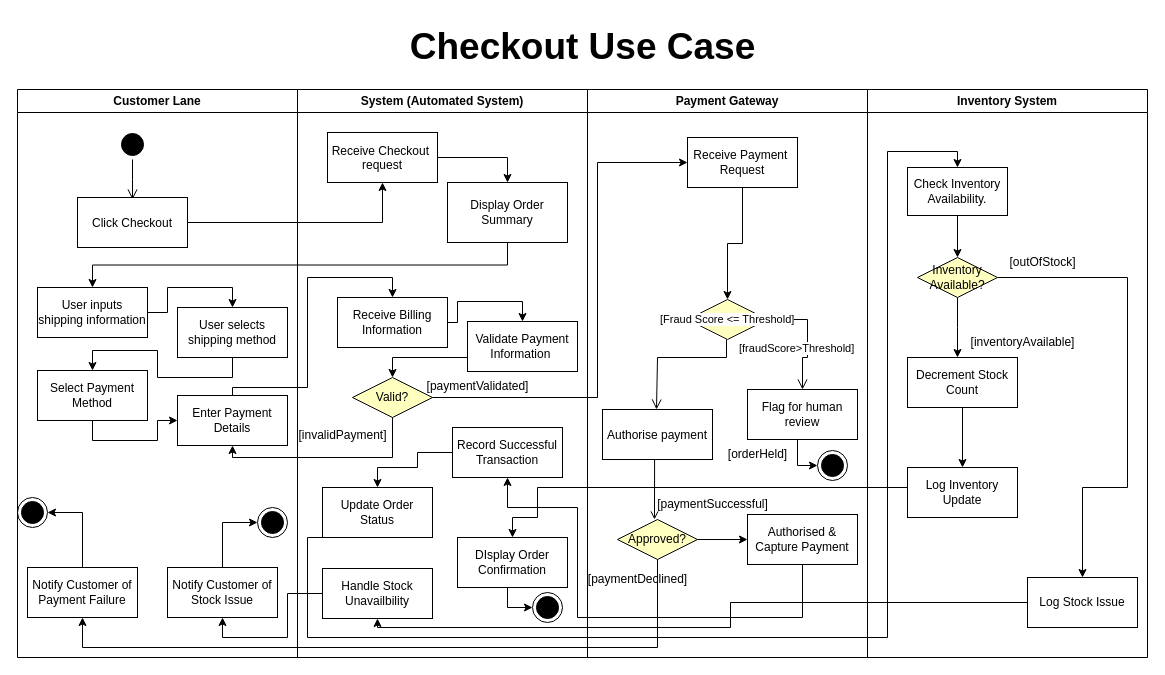
Before: ebay-1.drawio in AhmedElamari/Software-design-saved, a draw.io diagram. Source tidied: cells renumbered, new cells numbered last; positions are measured from the earlier drawing's top-left corner, leaving out a move shared by most shapes. Both pictures are drawn from the tidied source at 100%, with x=0, y=0 at pixel (17, 17).
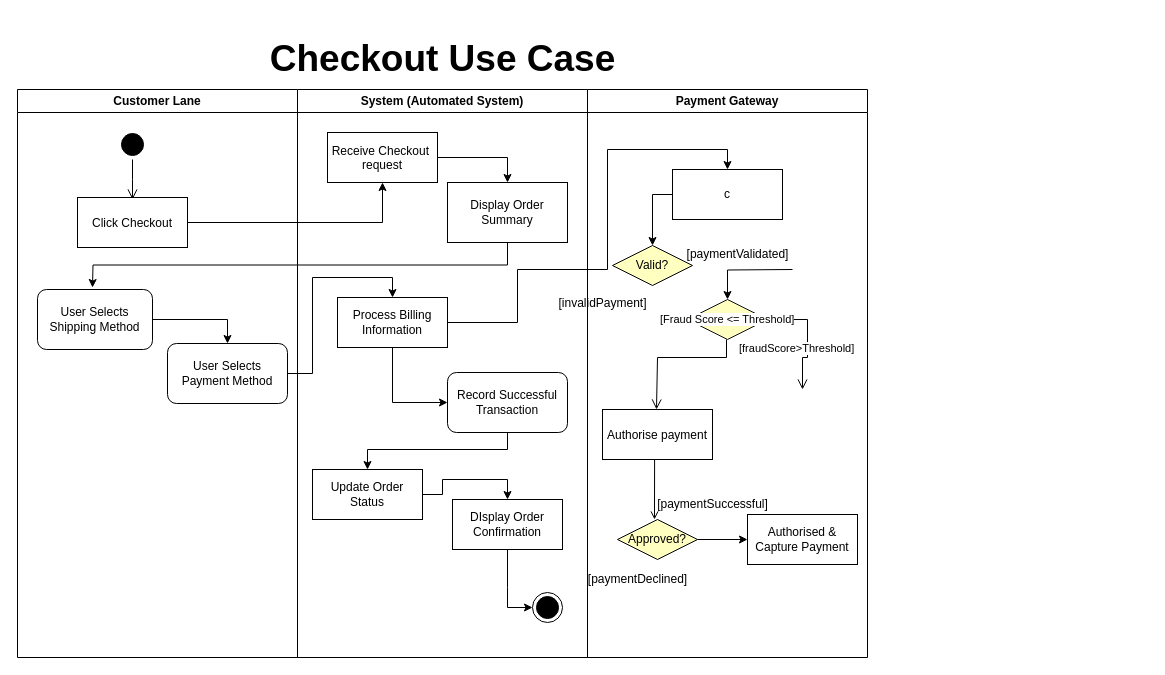
The same diagram, later.

The change refers to these unchanged cells:
```xml
<mxCell id="2" value="Customer Lane" style="swimlane;whiteSpace=wrap;" parent="1" vertex="1">
  <mxGeometry y="72" width="280" height="568" as="geometry" />
</mxCell>
<mxCell id="31" value="System (Automated System)" style="swimlane;whiteSpace=wrap;html=1;" parent="1" vertex="1">
  <mxGeometry x="280" y="72" width="290" height="568" as="geometry" />
</mxCell>
<mxCell id="34" value="Display Order Summary" style="whiteSpace=wrap;html=1;" parent="31" vertex="1">
  <mxGeometry x="150" y="93" width="120" height="60" as="geometry" />
</mxCell>
<mxCell id="49" value="Payment Gateway" style="swimlane;whiteSpace=wrap;" parent="1" vertex="1">
  <mxGeometry x="570" y="72" width="280" height="568" as="geometry" />
</mxCell>
<mxCell id="54" value="Fraud alert?" style="rhombus;whiteSpace=wrap;html=1;fontColor=#000000;fillColor=#ffffc0;strokeColor=light-dark(#100f0f, #ff9090);" parent="49" vertex="1">
  <mxGeometry x="100" y="210" width="80" height="40" as="geometry" />
</mxCell>
<mxCell id="58" value="Approved?" style="rhombus;whiteSpace=wrap;html=1;fontColor=#000000;fillColor=#ffffc0;strokeColor=#000000;" parent="49" vertex="1">
  <mxGeometry x="30" y="430" width="80" height="40" as="geometry" />
</mxCell>
<mxCell id="60" value="Authorised &amp;amp; Capture Payment" style="html=1;whiteSpace=wrap;" parent="49" vertex="1">
  <mxGeometry x="160" y="425" width="110" height="50" as="geometry" />
</mxCell>
```

Change to the diagram source:
```diff
@@
-    <mxCell id="6" style="edgeStyle=orthogonalEdgeStyle;rounded=0;jettySize=auto;html=1;exitX=1;exitY=0.5;exitDx=0;exitDy=0;entryX=0.5;entryY=0;entryDx=0;entryDy=0;" parent="2" edge="1" source="7" target="9">
-      <mxGeometry relative="1" as="geometry" />
-    </mxCell>
-    <mxCell id="7" value="User inputs shipping information" style="html=1;whiteSpace=wrap;" parent="2" vertex="1">
-      <mxGeometry x="20" y="198" width="110" height="50" as="geometry" />
-    </mxCell>
-    <mxCell id="8" style="edgeStyle=orthogonalEdgeStyle;rounded=0;jettySize=auto;html=1;exitX=0.5;exitY=1;exitDx=0;exitDy=0;entryX=0.5;entryY=0;entryDx=0;entryDy=0;" parent="2" edge="1" source="9" target="11">
-      <mxGeometry relative="1" as="geometry" />
-    </mxCell>
-    <mxCell id="9" value="User selects shipping method" style="html=1;whiteSpace=wrap;" parent="2" vertex="1">
-      <mxGeometry x="160" y="218" width="110" height="50" as="geometry" />
-    </mxCell>
-    <mxCell id="10" style="edgeStyle=orthogonalEdgeStyle;rounded=0;jettySize=auto;html=1;exitX=0.5;exitY=1;exitDx=0;exitDy=0;entryX=0;entryY=0.5;entryDx=0;entryDy=0;" parent="2" edge="1" source="11" target="12">
-      <mxGeometry relative="1" as="geometry">
-        <Array as="points">
-          <mxPoint x="75" y="351" />
-          <mxPoint x="140" y="351" />
-          <mxPoint x="140" y="331" />
-        </Array>
-      </mxGeometry>
-    </mxCell>
-    <mxCell id="11" value="Select Payment Method" style="html=1;whiteSpace=wrap;" parent="2" vertex="1">
-      <mxGeometry x="20" y="281" width="110" height="50" as="geometry" />
-    </mxCell>
-    <mxCell id="12" value="Enter Payment Details" style="html=1;whiteSpace=wrap;" parent="2" vertex="1">
-      <mxGeometry x="160" y="306" width="110" height="50" as="geometry" />
-    </mxCell>
-    <mxCell id="13" style="edgeStyle=orthogonalEdgeStyle;rounded=0;jettySize=auto;html=1;exitX=0.5;exitY=0;exitDx=0;exitDy=0;entryX=1;entryY=0.5;entryDx=0;entryDy=0;" parent="2" edge="1" source="14" target="15">
-      <mxGeometry relative="1" as="geometry" />
-    </mxCell>
-    <mxCell id="14" value="Notify Customer of Payment Failure" style="html=1;whiteSpace=wrap;" parent="2" vertex="1">
-      <mxGeometry x="10" y="478" width="110" height="50" as="geometry" />
-    </mxCell>
-    <mxCell id="15" style="ellipse;html=1;shape=endState;fillColor=#000000;strokeColor=light-dark(#000000, #ff9090);" parent="2" vertex="1">
-      <mxGeometry y="408" width="30" height="30" as="geometry" />
-    </mxCell>
-    <mxCell id="16" style="edgeStyle=orthogonalEdgeStyle;rounded=0;jettySize=auto;html=1;exitX=0.5;exitY=0;exitDx=0;exitDy=0;entryX=0;entryY=0.5;entryDx=0;entryDy=0;" parent="2" edge="1" source="17" target="18">
-      <mxGeometry relative="1" as="geometry" />
-    </mxCell>
-    <mxCell id="17" value="Notify Customer of Stock Issue" style="html=1;whiteSpace=wrap;" parent="2" vertex="1">
-      <mxGeometry x="150" y="478" width="110" height="50" as="geometry" />
-    </mxCell>
-    <mxCell id="18" style="ellipse;html=1;shape=endState;fillColor=#000000;strokeColor=#000000;" parent="2" vertex="1">
-      <mxGeometry x="240" y="418" width="30" height="30" as="geometry" />
-    </mxCell>
-    <mxCell id="19" value="Inventory System" style="swimlane;whiteSpace=wrap;" parent="1" vertex="1">
-      <mxGeometry x="850" y="72" width="280" height="568" as="geometry" />
-    </mxCell>
-    <mxCell id="20" style="edgeStyle=orthogonalEdgeStyle;rounded=0;jettySize=auto;html=1;exitX=0.5;exitY=1;exitDx=0;exitDy=0;" parent="19" edge="1" source="22">
-      <mxGeometry relative="1" as="geometry">
-        <mxPoint x="90" y="268" as="targetPoint" />
-      </mxGeometry>
-    </mxCell>
-    <mxCell id="21" style="edgeStyle=orthogonalEdgeStyle;rounded=0;jettySize=auto;html=1;exitX=1;exitY=0.5;exitDx=0;exitDy=0;entryX=0.5;entryY=0;entryDx=0;entryDy=0;" parent="19" edge="1" source="22" target="30">
-      <mxGeometry relative="1" as="geometry">
-        <Array as="points">
-          <mxPoint x="260" y="188" />
-          <mxPoint x="260" y="398" />
-          <mxPoint x="215" y="398" />
-        </Array>
-      </mxGeometry>
-    </mxCell>
-    <mxCell id="22" value="Inventory Available?" style="rhombus;whiteSpace=wrap;html=1;fontColor=#000000;fillColor=#ffffc0;strokeColor=#000000;" parent="19" vertex="1">
-      <mxGeometry x="50" y="168" width="80" height="40" as="geometry" />
-    </mxCell>
-    <mxCell id="23" style="edgeStyle=orthogonalEdgeStyle;rounded=0;jettySize=auto;html=1;exitX=0.5;exitY=1;exitDx=0;exitDy=0;entryX=0.5;entryY=0;entryDx=0;entryDy=0;" parent="19" edge="1" source="24" target="22">
-      <mxGeometry relative="1" as="geometry" />
-    </mxCell>
-    <mxCell id="24" value="Check Inventory Availability." style="rounded=0;whiteSpace=wrap;html=1;" parent="19" vertex="1">
-      <mxGeometry x="40" y="78" width="100" height="48" as="geometry" />
-    </mxCell>
-    <mxCell id="25" value="[inventoryAvailable]" style="text;html=1;align=center;verticalAlign=middle;strokeColor=none;fillColor=none;" parent="19" vertex="1">
-      <mxGeometry x="90" y="238" width="130" height="30" as="geometry" />
-    </mxCell>
-    <mxCell id="26" value="[outOfStock]" style="text;html=1;align=center;verticalAlign=middle;strokeColor=none;fillColor=none;" parent="19" vertex="1">
-      <mxGeometry x="130" y="158" width="90" height="30" as="geometry" />
-    </mxCell>
-    <mxCell id="27" style="edgeStyle=orthogonalEdgeStyle;rounded=0;jettySize=auto;html=1;exitX=0.5;exitY=1;exitDx=0;exitDy=0;entryX=0.5;entryY=0;entryDx=0;entryDy=0;" parent="19" edge="1" source="28" target="29">
-      <mxGeometry relative="1" as="geometry" />
-    </mxCell>
-    <mxCell id="28" value="Decrement Stock Count" style="html=1;whiteSpace=wrap;" parent="19" vertex="1">
-      <mxGeometry x="40" y="268" width="110" height="50" as="geometry" />
-    </mxCell>
-    <mxCell id="29" value="Log Inventory Update" style="html=1;whiteSpace=wrap;" parent="19" vertex="1">
-      <mxGeometry x="40" y="378" width="110" height="50" as="geometry" />
-    </mxCell>
-    <mxCell id="30" value="Log Stock Issue" style="html=1;whiteSpace=wrap;" parent="19" vertex="1">
-      <mxGeometry x="160" y="488" width="110" height="50" as="geometry" />
-    </mxCell>
+    <mxCell id="78" style="edgeStyle=orthogonalEdgeStyle;rounded=0;jettySize=auto;html=1;exitX=1;exitY=0.5;exitDx=0;exitDy=0;entryX=0.5;entryY=0;entryDx=0;entryDy=0;" parent="2" edge="1" source="79" target="80">
+      <mxGeometry relative="1" as="geometry" />
+    </mxCell>
+    <mxCell id="79" value="User Selects Shipping Method" style="rounded=1;whiteSpace=wrap;html=1;" parent="2" vertex="1">
+      <mxGeometry x="20" y="200" width="115" height="60" as="geometry" />
+    </mxCell>
+    <mxCell id="80" value="User Selects Payment Method" style="rounded=1;whiteSpace=wrap;html=1;" parent="2" vertex="1">
+      <mxGeometry x="150" y="254" width="120" height="60" as="geometry" />
+    </mxCell>
@@
-    <mxCell id="35" style="edgeStyle=orthogonalEdgeStyle;rounded=0;jettySize=auto;html=1;exitX=1;exitY=0.5;exitDx=0;exitDy=0;entryX=0.5;entryY=0;entryDx=0;entryDy=0;" parent="31" edge="1" source="36" target="38">
-      <mxGeometry relative="1" as="geometry">
-        <Array as="points">
-          <mxPoint x="160" y="233" />
-          <mxPoint x="160" y="212" />
-          <mxPoint x="225" y="212" />
-        </Array>
-      </mxGeometry>
-    </mxCell>
+    <mxCell id="81" style="edgeStyle=orthogonalEdgeStyle;rounded=0;jettySize=auto;html=1;exitX=0.5;exitY=1;exitDx=0;exitDy=0;entryX=0;entryY=0.5;entryDx=0;entryDy=0;" parent="31" edge="1" source="36" target="43">
+      <mxGeometry relative="1" as="geometry" />
+    </mxCell>
-    <mxCell id="36" value="Receive Billing Information" style="html=1;whiteSpace=wrap;" parent="31" vertex="1">
+    <mxCell id="36" value="Process Billing Information" style="html=1;whiteSpace=wrap;" parent="31" vertex="1">
       <mxGeometry x="40" y="208" width="110" height="50" as="geometry" />
     </mxCell>
-    <mxCell id="37" style="edgeStyle=orthogonalEdgeStyle;rounded=0;jettySize=auto;html=1;exitX=0;exitY=0.5;exitDx=0;exitDy=0;entryX=0.5;entryY=0;entryDx=0;entryDy=0;" parent="31" edge="1" source="38" target="39">
-      <mxGeometry relative="1" as="geometry">
-        <Array as="points">
-          <mxPoint x="170" y="268" />
-          <mxPoint x="95" y="268" />
-        </Array>
-      </mxGeometry>
-    </mxCell>
-    <mxCell id="38" value="Validate Payment Information&amp;nbsp;" style="html=1;whiteSpace=wrap;" parent="31" vertex="1">
-      <mxGeometry x="170" y="232" width="110" height="50" as="geometry" />
-    </mxCell>
-    <mxCell id="39" value="Valid?" style="rhombus;whiteSpace=wrap;html=1;fontColor=#000000;fillColor=#ffffc0;strokeColor=#000000;" parent="31" vertex="1">
-      <mxGeometry x="55" y="288" width="80" height="40" as="geometry" />
-    </mxCell>
-    <mxCell id="40" value="[paymentValidated]" style="text;html=1;align=center;verticalAlign=middle;strokeColor=none;fillColor=none;" parent="31" vertex="1">
-      <mxGeometry x="115" y="282" width="130" height="30" as="geometry" />
-    </mxCell>
-    <mxCell id="41" value="[invalidPayment]" style="text;html=1;align=center;verticalAlign=middle;strokeColor=none;fillColor=none;" parent="31" vertex="1">
-      <mxGeometry x="-10" y="331" width="110" height="30" as="geometry" />
-    </mxCell>
-    <mxCell id="42" style="edgeStyle=orthogonalEdgeStyle;rounded=0;jettySize=auto;html=1;exitX=0;exitY=0.5;exitDx=0;exitDy=0;entryX=0.5;entryY=0;entryDx=0;entryDy=0;" parent="31" edge="1" source="43" target="44">
-      <mxGeometry relative="1" as="geometry">
-        <Array as="points">
-          <mxPoint x="120" y="363" />
-          <mxPoint x="120" y="378" />
-          <mxPoint x="80" y="378" />
-        </Array>
-      </mxGeometry>
-    </mxCell>
-    <mxCell id="43" value="Record Successful Transaction" style="html=1;whiteSpace=wrap;" parent="31" vertex="1">
-      <mxGeometry x="155" y="338" width="110" height="50" as="geometry" />
-    </mxCell>
+    <mxCell id="82" style="edgeStyle=orthogonalEdgeStyle;rounded=0;jettySize=auto;html=1;exitX=1;exitY=0.5;exitDx=0;exitDy=0;entryX=0.5;entryY=0;entryDx=0;entryDy=0;" parent="31" edge="1" source="44" target="46">
+      <mxGeometry relative="1" as="geometry" />
+    </mxCell>
     <mxCell id="44" value="Update Order Status" style="html=1;whiteSpace=wrap;" parent="31" vertex="1">
-      <mxGeometry x="25" y="398" width="110" height="50" as="geometry" />
+      <mxGeometry x="15" y="380" width="110" height="50" as="geometry" />
     </mxCell>
@@
     <mxCell id="46" value="DIsplay Order Confirmation" style="html=1;whiteSpace=wrap;" parent="31" vertex="1">
-      <mxGeometry x="160" y="448" width="110" height="50" as="geometry" />
+      <mxGeometry x="155" y="410" width="110" height="50" as="geometry" />
     </mxCell>
-    <mxCell id="47" value="Handle Stock Unavailbility" style="html=1;whiteSpace=wrap;" parent="31" vertex="1">
-      <mxGeometry x="25" y="479" width="110" height="50" as="geometry" />
-    </mxCell>
@@
+    <mxCell id="42" style="edgeStyle=orthogonalEdgeStyle;rounded=0;jettySize=auto;html=1;exitX=0.5;exitY=1;exitDx=0;exitDy=0;entryX=0.5;entryY=0;entryDx=0;entryDy=0;" parent="31" edge="1" source="43" target="44">
+      <mxGeometry relative="1" as="geometry">
+        <Array as="points">
+          <mxPoint x="210" y="360" />
+          <mxPoint x="70" y="360" />
+        </Array>
+      </mxGeometry>
+    </mxCell>
+    <mxCell id="43" value="Record Successful Transaction" style="rounded=1;whiteSpace=wrap;html=1;" parent="31" vertex="1">
+      <mxGeometry x="150" y="283" width="120" height="60" as="geometry" />
+    </mxCell>
@@
-    <mxCell id="52" style="edgeStyle=orthogonalEdgeStyle;rounded=0;jettySize=auto;html=1;exitX=0.5;exitY=1;exitDx=0;exitDy=0;entryX=0.5;entryY=0;entryDx=0;entryDy=0;" parent="49" edge="1" source="53" target="54">
-      <mxGeometry relative="1" as="geometry" />
+    <mxCell id="52" style="edgeStyle=orthogonalEdgeStyle;rounded=0;jettySize=auto;html=1;exitX=0.5;exitY=1;exitDx=0;exitDy=0;entryX=0.5;entryY=0;entryDx=0;entryDy=0;" parent="49" edge="1" target="54">
+      <mxGeometry relative="1" as="geometry">
+        <mxPoint x="205" y="180" as="sourcePoint" />
+      </mxGeometry>
     </mxCell>
-    <mxCell id="53" value="Receive Payment&amp;nbsp;&lt;div&gt;Request&lt;/div&gt;" style="html=1;whiteSpace=wrap;" parent="49" vertex="1">
-      <mxGeometry x="100" y="48" width="110" height="50" as="geometry" />
-    </mxCell>
@@
-    <mxCell id="55" value="[fraudScore&amp;gt;Threshold]" style="edgeStyle=orthogonalEdgeStyle;html=1;align=left;verticalAlign=bottom;endArrow=open;endSize=8;rounded=0;entryX=0.5;entryY=0;entryDx=0;entryDy=0;" parent="49" edge="1" source="54" target="57">
+    <mxCell id="55" value="[fraudScore&amp;gt;Threshold]" style="edgeStyle=orthogonalEdgeStyle;html=1;align=left;verticalAlign=bottom;endArrow=open;endSize=8;rounded=0;entryX=0.5;entryY=0;entryDx=0;entryDy=0;" parent="49" edge="1" source="54">
       <mxGeometry x="-1" y="-48" relative="1" as="geometry">
+        <mxPoint x="215" y="300" as="targetPoint" />
         <Array as="points">
           <mxPoint x="220" y="230" />
           <mxPoint x="220" y="268" />
           <mxPoint x="215" y="268" />
         </Array>
         <mxPoint x="-30" y="-10" as="offset" />
       </mxGeometry>
     </mxCell>
@@
-    <mxCell id="57" value="Flag for human review" style="html=1;whiteSpace=wrap;" parent="49" vertex="1">
-      <mxGeometry x="160" y="300" width="110" height="50" as="geometry" />
-    </mxCell>
@@
-    <mxCell id="63" value="[orderHeld]" style="text;html=1;align=center;verticalAlign=middle;strokeColor=none;fillColor=none;" parent="49" vertex="1">
-      <mxGeometry x="130" y="350" width="80" height="30" as="geometry" />
-    </mxCell>
+    <mxCell id="37" style="edgeStyle=orthogonalEdgeStyle;rounded=0;jettySize=auto;html=1;exitX=0;exitY=0.5;exitDx=0;exitDy=0;entryX=0.5;entryY=0;entryDx=0;entryDy=0;" parent="49" edge="1" source="38" target="39">
+      <mxGeometry relative="1" as="geometry" />
+    </mxCell>
+    <mxCell id="38" value="c" style="html=1;whiteSpace=wrap;" parent="49" vertex="1">
+      <mxGeometry x="85" y="80" width="110" height="50" as="geometry" />
+    </mxCell>
+    <mxCell id="39" value="Valid?" style="rhombus;whiteSpace=wrap;html=1;fontColor=#000000;fillColor=#ffffc0;strokeColor=#000000;" parent="49" vertex="1">
+      <mxGeometry x="25" y="156" width="80" height="40" as="geometry" />
+    </mxCell>
+    <mxCell id="41" value="[invalidPayment]" style="text;html=1;align=center;verticalAlign=middle;strokeColor=none;fillColor=none;" parent="49" vertex="1">
+      <mxGeometry x="-40" y="199" width="110" height="30" as="geometry" />
+    </mxCell>
+    <mxCell id="40" value="[paymentValidated]" style="text;html=1;align=center;verticalAlign=middle;strokeColor=none;fillColor=none;" parent="49" vertex="1">
+      <mxGeometry x="85" y="150" width="130" height="30" as="geometry" />
+    </mxCell>
     <mxCell id="64" value="Checkout Use Case" style="text;html=1;align=center;verticalAlign=middle;strokeColor=none;fillColor=none;fontSize=37;fontStyle=1;" parent="1" vertex="1">
-      <mxGeometry x="390" width="350" height="60" as="geometry" />
+      <mxGeometry x="250" y="12" width="350" height="60" as="geometry" />
     </mxCell>
@@
-    <mxCell id="66" style="edgeStyle=orthogonalEdgeStyle;rounded=0;jettySize=auto;html=1;exitX=0.5;exitY=1;exitDx=0;exitDy=0;entryX=0.5;entryY=0;entryDx=0;entryDy=0;" parent="1" edge="1" source="34" target="7">
-      <mxGeometry relative="1" as="geometry" />
+    <mxCell id="66" style="edgeStyle=orthogonalEdgeStyle;rounded=0;jettySize=auto;html=1;exitX=0.5;exitY=1;exitDx=0;exitDy=0;entryX=0.5;entryY=0;entryDx=0;entryDy=0;" parent="1" edge="1" source="34">
+      <mxGeometry relative="1" as="geometry">
+        <mxPoint x="75" y="270" as="targetPoint" />
+      </mxGeometry>
     </mxCell>
-    <mxCell id="67" style="edgeStyle=orthogonalEdgeStyle;rounded=0;jettySize=auto;html=1;exitX=0.5;exitY=0;exitDx=0;exitDy=0;entryX=0.5;entryY=0;entryDx=0;entryDy=0;" parent="1" edge="1" source="12" target="36">
-      <mxGeometry relative="1" as="geometry">
-        <Array as="points">
-          <mxPoint x="215" y="370" />
-          <mxPoint x="290" y="370" />
-          <mxPoint x="290" y="260" />
-          <mxPoint x="375" y="260" />
-        </Array>
-      </mxGeometry>
-    </mxCell>
-    <mxCell id="68" style="edgeStyle=orthogonalEdgeStyle;rounded=0;jettySize=auto;html=1;exitX=1;exitY=0.5;exitDx=0;exitDy=0;entryX=0;entryY=0.5;entryDx=0;entryDy=0;" parent="1" edge="1" source="39" target="53">
-      <mxGeometry relative="1" as="geometry">
-        <Array as="points">
-          <mxPoint x="580" y="380" />
-          <mxPoint x="580" y="145" />
-        </Array>
-      </mxGeometry>
-    </mxCell>
-    <mxCell id="69" style="edgeStyle=orthogonalEdgeStyle;rounded=0;jettySize=auto;html=1;exitX=0.5;exitY=1;exitDx=0;exitDy=0;entryX=0.5;entryY=1;entryDx=0;entryDy=0;" parent="1" edge="1" source="60" target="43">
-      <mxGeometry relative="1" as="geometry">
-        <Array as="points">
-          <mxPoint x="785" y="600" />
-          <mxPoint x="560" y="600" />
-          <mxPoint x="560" y="490" />
-          <mxPoint x="490" y="490" />
-        </Array>
-      </mxGeometry>
-    </mxCell>
-    <mxCell id="70" style="edgeStyle=orthogonalEdgeStyle;rounded=0;jettySize=auto;html=1;exitX=0.5;exitY=1;exitDx=0;exitDy=0;entryX=0.5;entryY=1;entryDx=0;entryDy=0;" parent="1" edge="1" source="39" target="12">
-      <mxGeometry relative="1" as="geometry">
-        <Array as="points">
-          <mxPoint x="375" y="440" />
-          <mxPoint x="215" y="440" />
-        </Array>
-      </mxGeometry>
-    </mxCell>
-    <mxCell id="71" style="edgeStyle=orthogonalEdgeStyle;rounded=0;jettySize=auto;html=1;exitX=0.5;exitY=1;exitDx=0;exitDy=0;entryX=0.5;entryY=1;entryDx=0;entryDy=0;" parent="1" edge="1" source="58" target="14">
-      <mxGeometry relative="1" as="geometry">
-        <Array as="points">
-          <mxPoint x="640" y="630" />
-          <mxPoint x="65" y="630" />
-        </Array>
-      </mxGeometry>
-    </mxCell>
-    <mxCell id="72" style="edgeStyle=orthogonalEdgeStyle;rounded=0;jettySize=auto;html=1;exitX=0.5;exitY=1;exitDx=0;exitDy=0;entryX=0.5;entryY=0;entryDx=0;entryDy=0;" parent="1" edge="1" source="44" target="24">
-      <mxGeometry relative="1" as="geometry">
-        <Array as="points">
-          <mxPoint x="290" y="520" />
-          <mxPoint x="290" y="620" />
-          <mxPoint x="870" y="620" />
-          <mxPoint x="870" y="134" />
-          <mxPoint x="940" y="134" />
-        </Array>
-      </mxGeometry>
-    </mxCell>
-    <mxCell id="73" style="edgeStyle=orthogonalEdgeStyle;rounded=0;jettySize=auto;html=1;exitX=0;exitY=0.5;exitDx=0;exitDy=0;entryX=0.5;entryY=1;entryDx=0;entryDy=0;" parent="1" edge="1" source="30" target="47">
-      <mxGeometry relative="1" as="geometry">
-        <Array as="points">
-          <mxPoint x="713" y="585" />
-          <mxPoint x="713" y="610" />
-          <mxPoint x="360" y="610" />
-        </Array>
-      </mxGeometry>
-    </mxCell>
-    <mxCell id="74" style="edgeStyle=orthogonalEdgeStyle;rounded=0;jettySize=auto;html=1;exitX=0;exitY=0.5;exitDx=0;exitDy=0;entryX=0.5;entryY=1;entryDx=0;entryDy=0;" parent="1" edge="1" source="47" target="17">
-      <mxGeometry relative="1" as="geometry">
-        <Array as="points">
-          <mxPoint x="270" y="576" />
-          <mxPoint x="270" y="620" />
-          <mxPoint x="205" y="620" />
-        </Array>
-      </mxGeometry>
-    </mxCell>
-    <mxCell id="75" style="ellipse;html=1;shape=endState;fillColor=#000000;strokeColor=#000000;" parent="1" vertex="1">
-      <mxGeometry x="800" y="433" width="30" height="30" as="geometry" />
-    </mxCell>
-    <mxCell id="76" style="edgeStyle=orthogonalEdgeStyle;rounded=0;jettySize=auto;html=1;exitX=0;exitY=0.5;exitDx=0;exitDy=0;entryX=0.5;entryY=0;entryDx=0;entryDy=0;" parent="1" edge="1" source="29" target="46">
-      <mxGeometry relative="1" as="geometry">
-        <Array as="points">
-          <mxPoint x="890" y="470" />
-          <mxPoint x="520" y="470" />
-          <mxPoint x="520" y="500" />
-          <mxPoint x="495" y="500" />
-        </Array>
-      </mxGeometry>
-    </mxCell>
-    <mxCell id="77" style="edgeStyle=orthogonalEdgeStyle;rounded=0;jettySize=auto;html=1;exitX=0.5;exitY=1;exitDx=0;exitDy=0;entryX=0;entryY=0.5;entryDx=0;entryDy=0;" parent="1" edge="1" source="57" target="75">
-      <mxGeometry relative="1" as="geometry">
-        <Array as="points">
-          <mxPoint x="780" y="422" />
-          <mxPoint x="780" y="448" />
-        </Array>
-      </mxGeometry>
-    </mxCell>
+    <mxCell id="83" style="edgeStyle=orthogonalEdgeStyle;rounded=0;jettySize=auto;html=1;exitX=1;exitY=0.5;exitDx=0;exitDy=0;entryX=0.5;entryY=0;entryDx=0;entryDy=0;" parent="1" edge="1" source="80" target="36">
+      <mxGeometry relative="1" as="geometry" />
+    </mxCell>
+    <mxCell id="35" style="edgeStyle=orthogonalEdgeStyle;rounded=0;jettySize=auto;html=1;exitX=1;exitY=0.5;exitDx=0;exitDy=0;entryX=0.5;entryY=0;entryDx=0;entryDy=0;" parent="1" edge="1" source="36" target="38">
+      <mxGeometry relative="1" as="geometry">
+        <Array as="points">
+          <mxPoint x="500" y="305" />
+          <mxPoint x="500" y="252" />
+          <mxPoint x="590" y="252" />
+          <mxPoint x="590" y="132" />
+          <mxPoint x="710" y="132" />
+        </Array>
+      </mxGeometry>
+    </mxCell>
```
